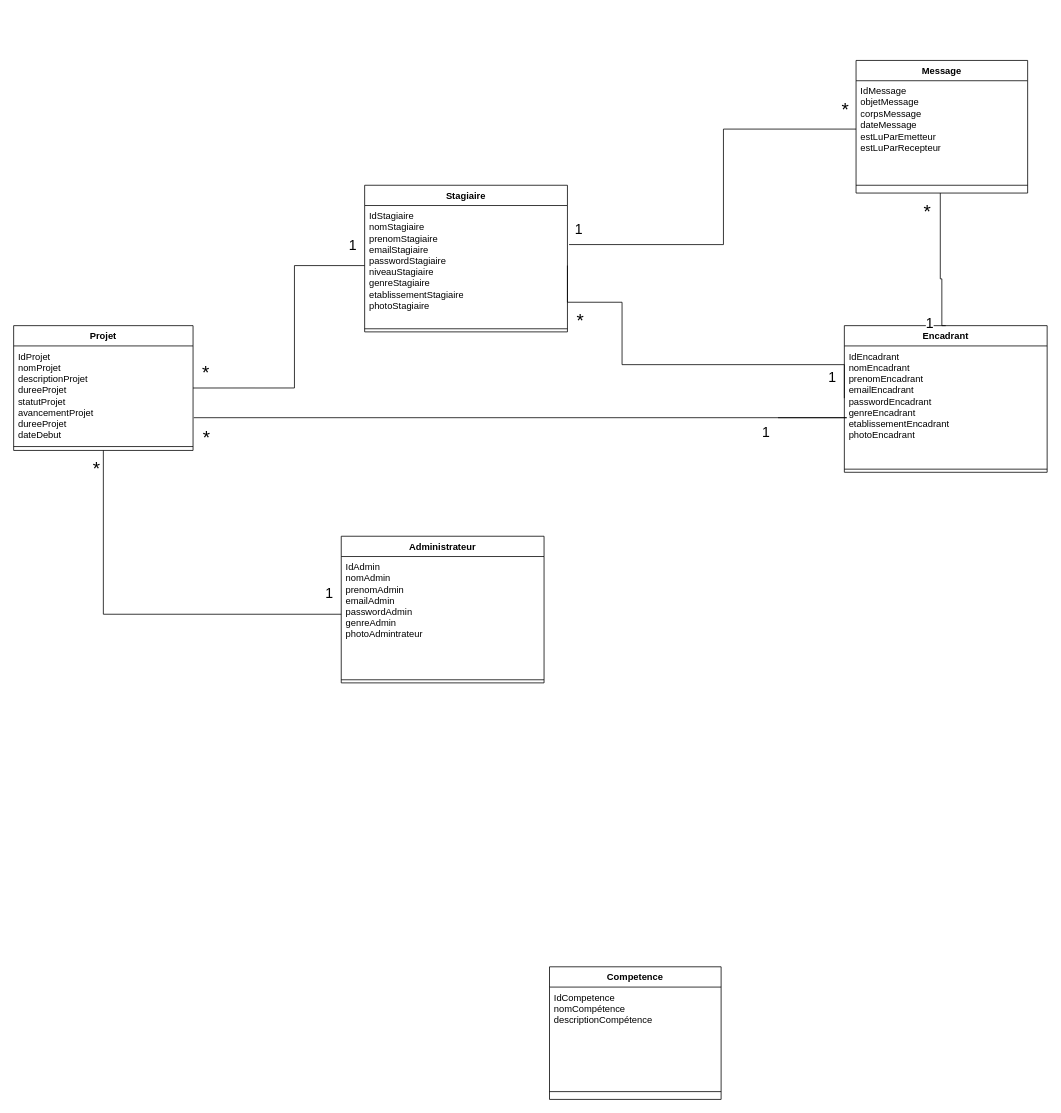
The draw.io diagram digrams/diagramme TT.drawio in mouhebmhd/stageBoard, before the edit. Source tidied: cells renumbered, new cells numbered last; positions are measured from the earlier drawing's top-left corner, leaving out a move shared by most shapes. Both pictures are drawn from the tidied source at 78%, with x=0, y=0 at pixel (13, 60).
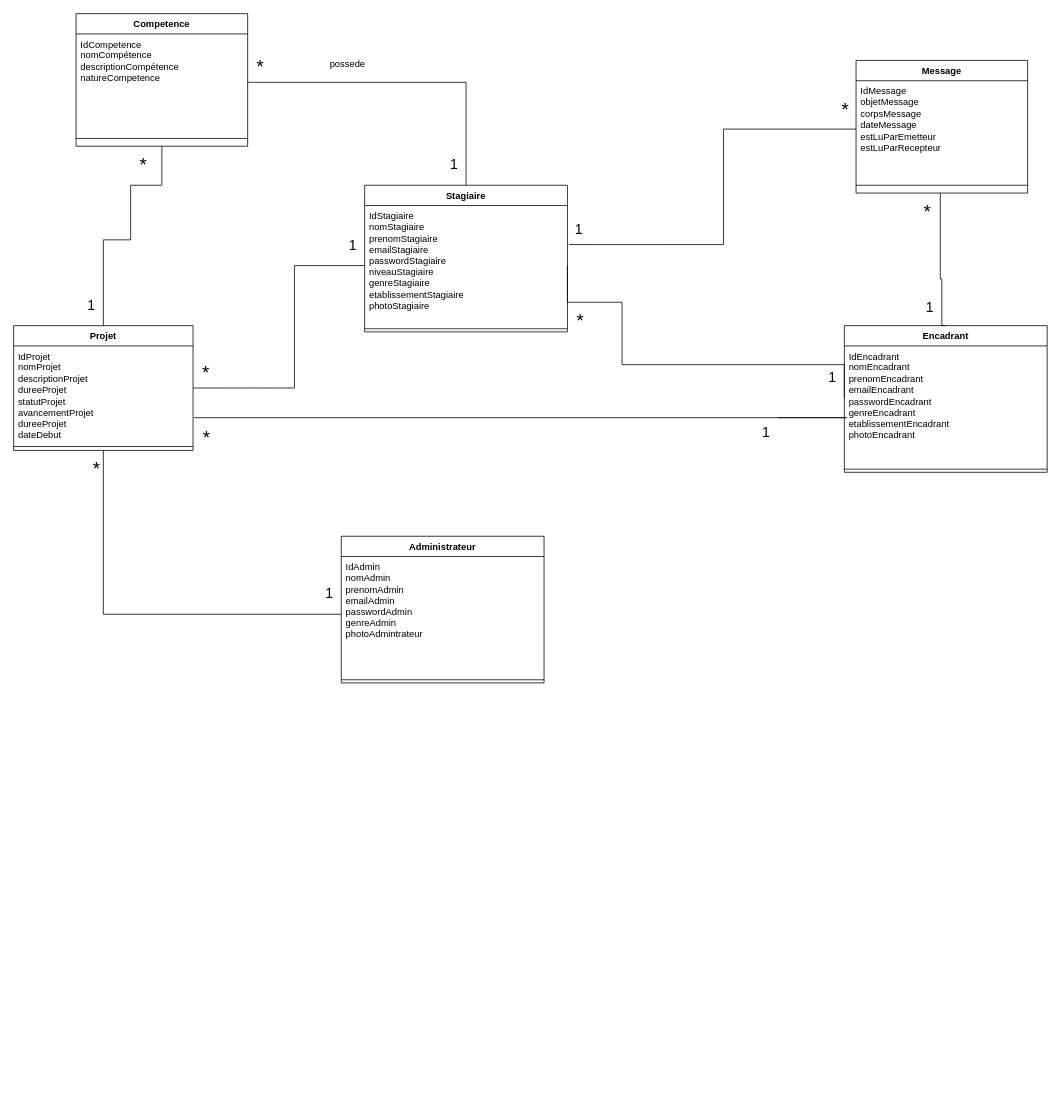
After the change.

The change refers to these unchanged cells:
```xml
<mxCell id="2" value="Stagiaire" style="swimlane;fontStyle=1;align=center;verticalAlign=top;horizontal=1;startSize=26;whiteSpace=wrap;html=1;" parent="1" vertex="1">
  <mxGeometry x="450" y="160" width="260" height="188" as="geometry" />
</mxCell>
<mxCell id="11" value="Projet" style="swimlane;fontStyle=1;align=center;verticalAlign=top;horizontal=1;startSize=26;whiteSpace=wrap;html=1;" parent="1" vertex="1">
  <mxGeometry y="340" width="230" height="160" as="geometry" />
</mxCell>
<mxCell id="29" style="endArrow=none;html=1;edgeStyle=orthogonalEdgeStyle;rounded=0;exitX=0.5;exitY=0;exitDx=0;exitDy=0;" parent="1" edge="1" source="8">
  <mxGeometry relative="1" as="geometry">
    <mxPoint x="1188" y="170" as="targetPoint" />
    <Array as="points">
      <mxPoint x="1190" y="280" />
      <mxPoint x="1188" y="280" />
    </Array>
  </mxGeometry>
</mxCell>
```

What changed in the source:
```diff
@@
-    <mxCell id="14" value="Competence" style="swimlane;fontStyle=1;align=center;verticalAlign=top;horizontal=1;startSize=26;whiteSpace=wrap;html=1;" parent="1" vertex="1">
-      <mxGeometry x="687" y="1162" width="220" height="170" as="geometry" />
-    </mxCell>
-    <mxCell id="15" value="&lt;div&gt;&lt;span style=&quot;background-color: initial;&quot;&gt;IdCompetence&lt;/span&gt;&lt;/div&gt;&lt;div&gt;&lt;span style=&quot;background-color: initial;&quot;&gt;nomCompétence&lt;/span&gt;&lt;br&gt;&lt;/div&gt;&lt;div&gt;descriptionCompétence&lt;/div&gt;&lt;div&gt;&lt;br&gt;&lt;/div&gt;" style="text;strokeColor=none;fillColor=none;align=left;verticalAlign=top;spacingLeft=4;spacingRight=4;overflow=hidden;whiteSpace=wrap;html=1;" parent="14" vertex="1">
-      <mxGeometry y="26" width="220" height="124" as="geometry" />
-    </mxCell>
-    <mxCell id="16" style="line;strokeWidth=1;fillColor=none;align=left;verticalAlign=middle;spacingTop=-1;spacingLeft=3;spacingRight=3;labelPosition=right;strokeColor=inherit;" parent="14" vertex="1">
-      <mxGeometry y="150" width="220" height="20" as="geometry" />
-    </mxCell>
@@
     <mxCell id="31" value="&lt;font style=&quot;font-size: 18px;&quot;&gt;1&lt;/font&gt;" style="edgeLabel;html=1;align=right;verticalAlign=bottom;" parent="29" vertex="1">
       <mxGeometry x="1" relative="1" as="geometry">
-        <mxPoint x="-8" y="180" as="offset" />
+        <mxPoint x="-8" y="160" as="offset" />
       </mxGeometry>
     </mxCell>
@@
+    <mxCell id="14" value="Competence" style="swimlane;fontStyle=1;align=center;verticalAlign=top;horizontal=1;startSize=26;whiteSpace=wrap;html=1;" parent="1" vertex="1">
+      <mxGeometry x="80" y="-60" width="220" height="170" as="geometry" />
+    </mxCell>
+    <mxCell id="38" value="&lt;div&gt;&lt;span style=&quot;background-color: initial;&quot;&gt;IdCompetence&lt;/span&gt;&lt;/div&gt;&lt;div&gt;&lt;span style=&quot;background-color: initial;&quot;&gt;nomCompétence&lt;/span&gt;&lt;br&gt;&lt;/div&gt;&lt;div&gt;descriptionCompétence&lt;/div&gt;&lt;div&gt;natureCompetence&amp;nbsp;&lt;/div&gt;&lt;div&gt;&lt;br&gt;&lt;/div&gt;" style="text;strokeColor=none;fillColor=none;align=left;verticalAlign=top;spacingLeft=4;spacingRight=4;overflow=hidden;points=[[0,0.5],[1,0.5]];portConstraint=eastwest;whiteSpace=wrap;html=1;" parent="14" vertex="1">
+      <mxGeometry y="26" width="220" height="124" as="geometry" />
+    </mxCell>
+    <mxCell id="16" style="line;strokeWidth=1;fillColor=none;align=left;verticalAlign=middle;spacingTop=-1;spacingLeft=3;spacingRight=3;labelPosition=right;strokeColor=inherit;" parent="14" vertex="1">
+      <mxGeometry y="150" width="220" height="20" as="geometry" />
+    </mxCell>
+    <mxCell id="39" style="endArrow=none;html=1;edgeStyle=orthogonalEdgeStyle;rounded=0;exitX=1;exitY=0.5;exitDx=0;exitDy=0;entryX=0.5;entryY=0;entryDx=0;entryDy=0;" parent="1" edge="1" source="38" target="2">
+      <mxGeometry relative="1" as="geometry">
+        <Array as="points">
+          <mxPoint x="580" y="28" />
+        </Array>
+      </mxGeometry>
+    </mxCell>
+    <mxCell id="40" value="&lt;font style=&quot;font-size: 24px;&quot;&gt;*&lt;/font&gt;" style="edgeLabel;html=1;align=left;verticalAlign=bottom;" parent="39" vertex="1">
+      <mxGeometry x="-1" relative="1" as="geometry">
+        <mxPoint x="10" y="-3" as="offset" />
+      </mxGeometry>
+    </mxCell>
+    <mxCell id="41" value="&lt;font style=&quot;font-size: 18px;&quot;&gt;1&lt;/font&gt;" style="edgeLabel;html=1;align=right;verticalAlign=bottom;" parent="39" vertex="1">
+      <mxGeometry x="1" relative="1" as="geometry">
+        <mxPoint x="-10" y="-13" as="offset" />
+      </mxGeometry>
+    </mxCell>
+    <mxCell id="42" value="possede&amp;nbsp;" style="text;html=1;align=center;verticalAlign=middle;whiteSpace=wrap;rounded=0;" parent="1" vertex="1">
+      <mxGeometry x="400" y="-10" width="60" height="30" as="geometry" />
+    </mxCell>
+    <mxCell id="43" style="endArrow=none;html=1;edgeStyle=orthogonalEdgeStyle;rounded=0;exitX=0.5;exitY=1;exitDx=0;exitDy=0;entryX=0.5;entryY=0;entryDx=0;entryDy=0;" parent="1" edge="1" source="14" target="11">
+      <mxGeometry relative="1" as="geometry">
+        <Array as="points">
+          <mxPoint x="190" y="160" />
+          <mxPoint x="150" y="160" />
+          <mxPoint x="150" y="230" />
+          <mxPoint x="115" y="230" />
+        </Array>
+      </mxGeometry>
+    </mxCell>
+    <mxCell id="44" value="&lt;font style=&quot;font-size: 24px;&quot;&gt;*&lt;/font&gt;" style="edgeLabel;html=1;align=left;verticalAlign=bottom;" parent="43" vertex="1">
+      <mxGeometry x="-1" relative="1" as="geometry">
+        <mxPoint x="-30" y="40" as="offset" />
+      </mxGeometry>
+    </mxCell>
+    <mxCell id="45" value="&lt;font style=&quot;font-size: 18px;&quot;&gt;1&lt;/font&gt;" style="edgeLabel;html=1;align=right;verticalAlign=bottom;" parent="43" vertex="1">
+      <mxGeometry x="1" relative="1" as="geometry">
+        <mxPoint x="-10" y="-13" as="offset" />
+      </mxGeometry>
+    </mxCell>
```
